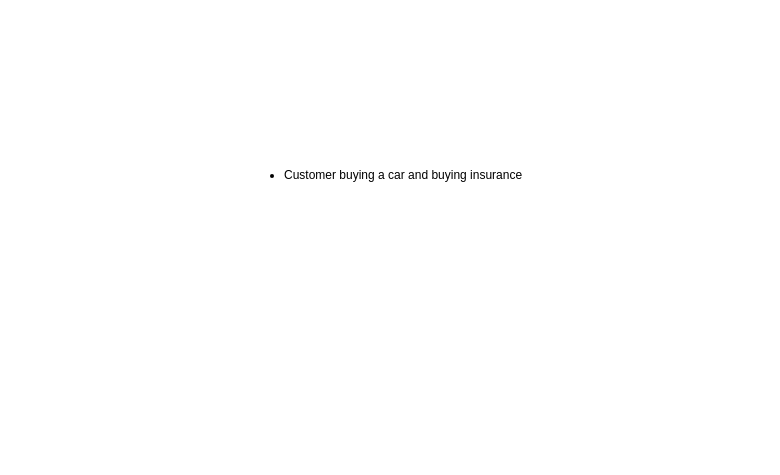
Before: page "Customer Buying an insurance" (4 of 6) of TME-MSD.drawio in biswarup81/drawings, a draw.io diagram. Source tidied: cells renumbered, new cells numbered last; positions are measured from the earlier drawing's top-left corner, leaving out a move shared by most shapes. Both pictures are drawn from the tidied source at 100%, with x=0, y=0 at pixel (242, 147). Pictures stored in the file or linked from it are replaced by grey dashed boxes.
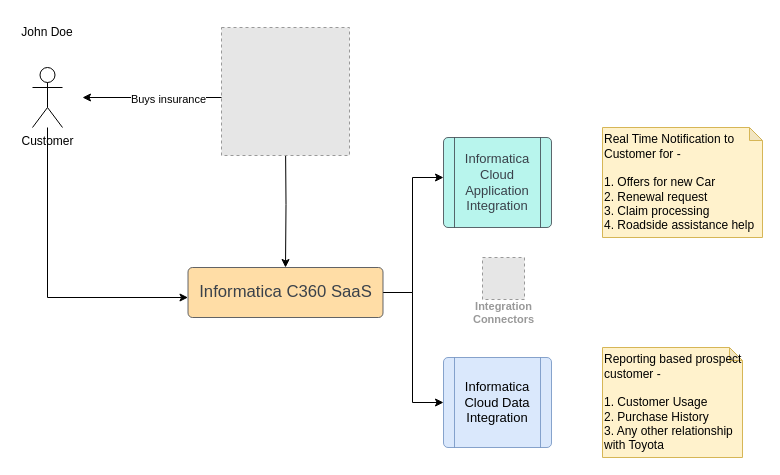
The same diagram, later.

What changed in the source:
```diff
@@
-    <mxCell id="2" value="&lt;ul style=&quot;margin-top:0cm&quot; type=&quot;disc&quot;&gt;&#10; &lt;li class=&quot;MsoListParagraph&quot; style=&quot;color:black;margin-left:0cm;mso-list:l0 level1 lfo1&quot;&gt;&lt;span lang=&quot;EN-US&quot; style=&quot;mso-fareast-font-family:&amp;quot;Times New Roman&amp;quot;;mso-ansi-language:&#10;     EN-US&quot;&gt;Customer buying a car and buying insurance&lt;/span&gt;&lt;/li&gt;&#10;&lt;/ul&gt;" style="text;whiteSpace=wrap;html=1;" parent="1" vertex="1">
-      <mxGeometry width="310" height="80" as="geometry" />
-    </mxCell>
+    <mxCell id="3" style="edgeStyle=orthogonalEdgeStyle;rounded=0;jettySize=auto;html=1;" parent="1" edge="1" source="4" target="9">
+      <mxGeometry relative="1" as="geometry">
+        <Array as="points">
+          <mxPoint x="-195" y="150" />
+        </Array>
+      </mxGeometry>
+    </mxCell>
+    <mxCell id="4" value="Customer" style="shape=umlActor;verticalLabelPosition=bottom;verticalAlign=top;html=1;outlineConnect=0;" parent="1" vertex="1">
+      <mxGeometry x="-210" y="-80" width="30" height="60" as="geometry" />
+    </mxCell>
+    <mxCell id="5" style="edgeStyle=orthogonalEdgeStyle;rounded=0;orthogonalLoop=1;jettySize=auto;html=1;" parent="1" edge="1">
+      <mxGeometry relative="1" as="geometry">
+        <mxPoint x="-6" y="-50" as="sourcePoint" />
+        <mxPoint x="-160" y="-50" as="targetPoint" />
+      </mxGeometry>
+    </mxCell>
+    <mxCell id="6" value="Buys insurance" style="edgeLabel;html=1;align=center;verticalAlign=middle;" parent="5" vertex="1">
+      <mxGeometry x="-0.1" y="1" relative="1" as="geometry" />
+    </mxCell>
+    <mxCell id="7" style="edgeStyle=orthogonalEdgeStyle;rounded=0;jettySize=auto;html=1;" parent="1" edge="1" source="9" target="12">
+      <mxGeometry relative="1" as="geometry">
+        <Array as="points">
+          <mxPoint x="170" y="145" />
+          <mxPoint x="170" y="30" />
+        </Array>
+      </mxGeometry>
+    </mxCell>
+    <mxCell id="8" style="edgeStyle=orthogonalEdgeStyle;rounded=0;jettySize=auto;html=1;" parent="1" edge="1" source="9" target="13">
+      <mxGeometry relative="1" as="geometry">
+        <Array as="points">
+          <mxPoint x="170" y="145" />
+          <mxPoint x="170" y="255" />
+        </Array>
+      </mxGeometry>
+    </mxCell>
+    <mxCell id="9" value="Informatica C360 SaaS" style="html=1;overflow=block;blockSpacing=1;whiteSpace=wrap;fontSize=16.7;fontColor=#3a414a;spacing=9;strokeColor=#3a414a;strokeOpacity=100;fillOpacity=100;rounded=1;absoluteArcSize=1;arcSize=9;fillColor=#ffdda6;strokeWidth=0.8;lucidId=FAfvqJk8E.Ea;" parent="1" vertex="1">
+      <mxGeometry x="-54.5" y="120" width="195" height="50" as="geometry" />
+    </mxCell>
+    <mxCell id="10" value="John Doe" style="text;html=1;strokeColor=none;fillColor=none;align=center;verticalAlign=middle;whiteSpace=wrap;rounded=0;" parent="1" vertex="1">
+      <mxGeometry x="-225" y="-130" width="60" height="30" as="geometry" />
+    </mxCell>
+    <mxCell id="11" style="edgeStyle=orthogonalEdgeStyle;rounded=0;jettySize=auto;html=1;" parent="1" edge="1" target="9">
+      <mxGeometry relative="1" as="geometry">
+        <mxPoint x="43" y="-7" as="sourcePoint" />
+      </mxGeometry>
+    </mxCell>
+    <mxCell id="12" value="Informatica Cloud Application Integration" style="html=1;overflow=block;blockSpacing=1;whiteSpace=wrap;shape=process;fontSize=13;fontColor=#3a414a;spacing=3.8;strokeColor=#3a414a;strokeOpacity=100;fillOpacity=100;rounded=1;absoluteArcSize=1;arcSize=9;fillColor=#b8f5ed;strokeWidth=0.8;lucidId=kAfvMmEvo7Zt;" parent="1" vertex="1">
+      <mxGeometry x="201" y="-10" width="108" height="90" as="geometry" />
+    </mxCell>
+    <mxCell id="13" value="Informatica Cloud Data Integration" style="html=1;overflow=block;blockSpacing=1;whiteSpace=wrap;shape=process;fontSize=13;spacing=3.8;strokeColor=#6c8ebf;strokeOpacity=100;fillOpacity=100;rounded=1;absoluteArcSize=1;arcSize=9;fillColor=#dae8fc;strokeWidth=0.8;lucidId=kAfvMmEvo7Zt;" parent="1" vertex="1">
+      <mxGeometry x="201" y="210" width="108" height="90" as="geometry" />
+    </mxCell>
+    <mxCell id="14" value="Real Time Notification to Customer for -&lt;br&gt;&lt;br&gt;1. Offers for new Car&lt;br&gt;2. Renewal request&lt;br&gt;3. Claim processing&lt;br&gt;4. Roadside assistance help" style="shape=note;whiteSpace=wrap;html=1;backgroundOutline=1;darkOpacity=0.05;align=left;size=13;fillColor=#fff2cc;strokeColor=#d6b656;" parent="1" vertex="1">
+      <mxGeometry x="360" y="-20" width="160" height="110" as="geometry" />
+    </mxCell>
+    <mxCell id="15" value="Reporting based prospect customer -&lt;br&gt;&lt;br&gt;1. Customer Usage&amp;nbsp;&lt;br&gt;2. Purchase History&lt;br&gt;3. Any other relationship with Toyota" style="shape=note;whiteSpace=wrap;html=1;backgroundOutline=1;darkOpacity=0.05;align=left;size=13;fillColor=#fff2cc;strokeColor=#d6b656;" parent="1" vertex="1">
+      <mxGeometry x="360" y="200" width="140" height="110" as="geometry" />
+    </mxCell>
+    <mxCell id="16" style="fillColor=#E6E6E6;strokeColor=#999999;dashed=1;html=1;verticalAlign=top;verticalLabelPosition=bottom;labelBackgroundColor=#ffffff;" parent="1" vertex="1">
+      <mxGeometry x="-21" y="-120" width="128" height="128" as="geometry" />
+    </mxCell>
+    <mxCell id="17" value="Integration&#10;Connectors" style="fillColor=#E6E6E6;strokeColor=#999999;dashed=1;html=1;verticalAlign=top;labelPosition=center;verticalLabelPosition=bottom;align=center;spacingTop=-6;fontSize=11;fontStyle=1;fontColor=#999999;" parent="1" vertex="1">
+      <mxGeometry x="240" y="110" width="42" height="42" as="geometry" />
+    </mxCell>
```
